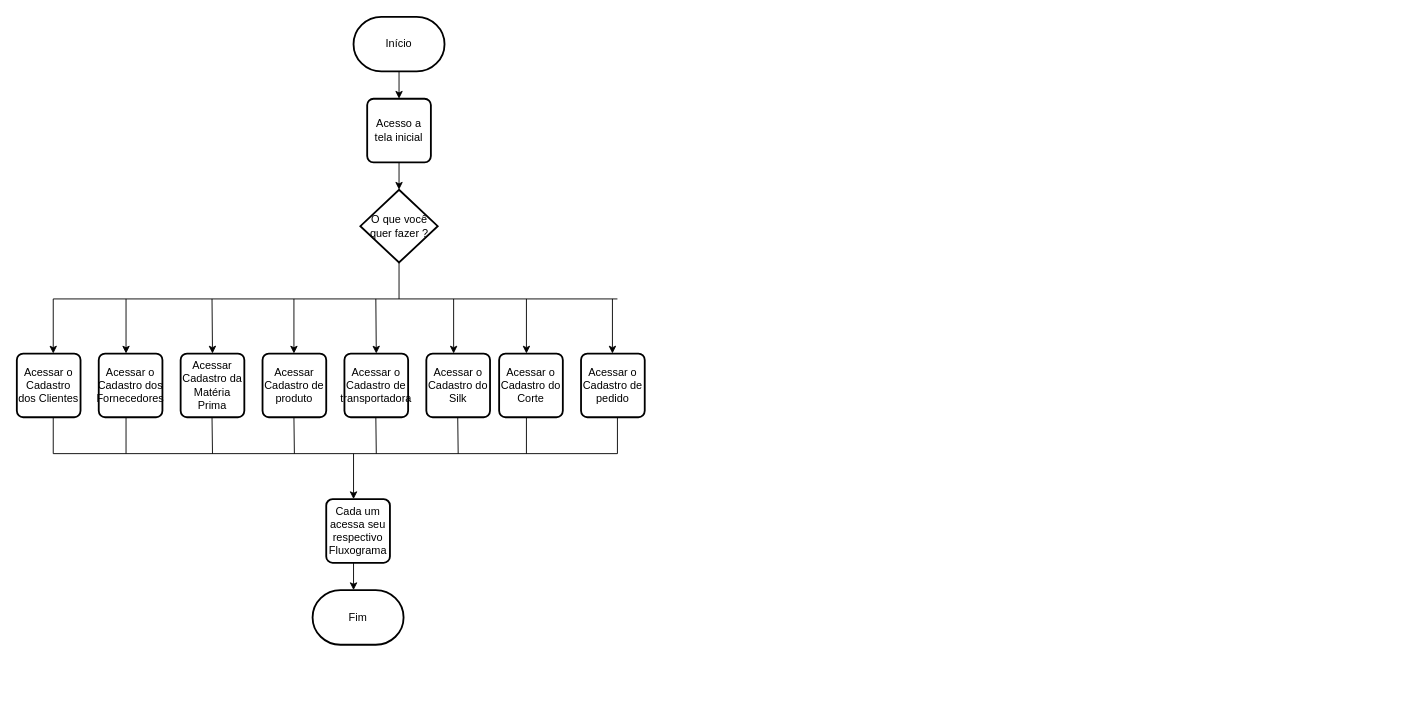
Before: page "Tela-Inicial" (1 of 10) of DOC/Fluxograma.drawio in GuilhermeIgarashi7/avatar-Fluxograma, a draw.io diagram. Source tidied: cells renumbered, new cells numbered last; positions are measured from the earlier drawing's top-left corner, leaving out a move shared by most shapes. Both pictures are drawn from the tidied source at 91%, with x=0, y=0 at pixel (16, 16).
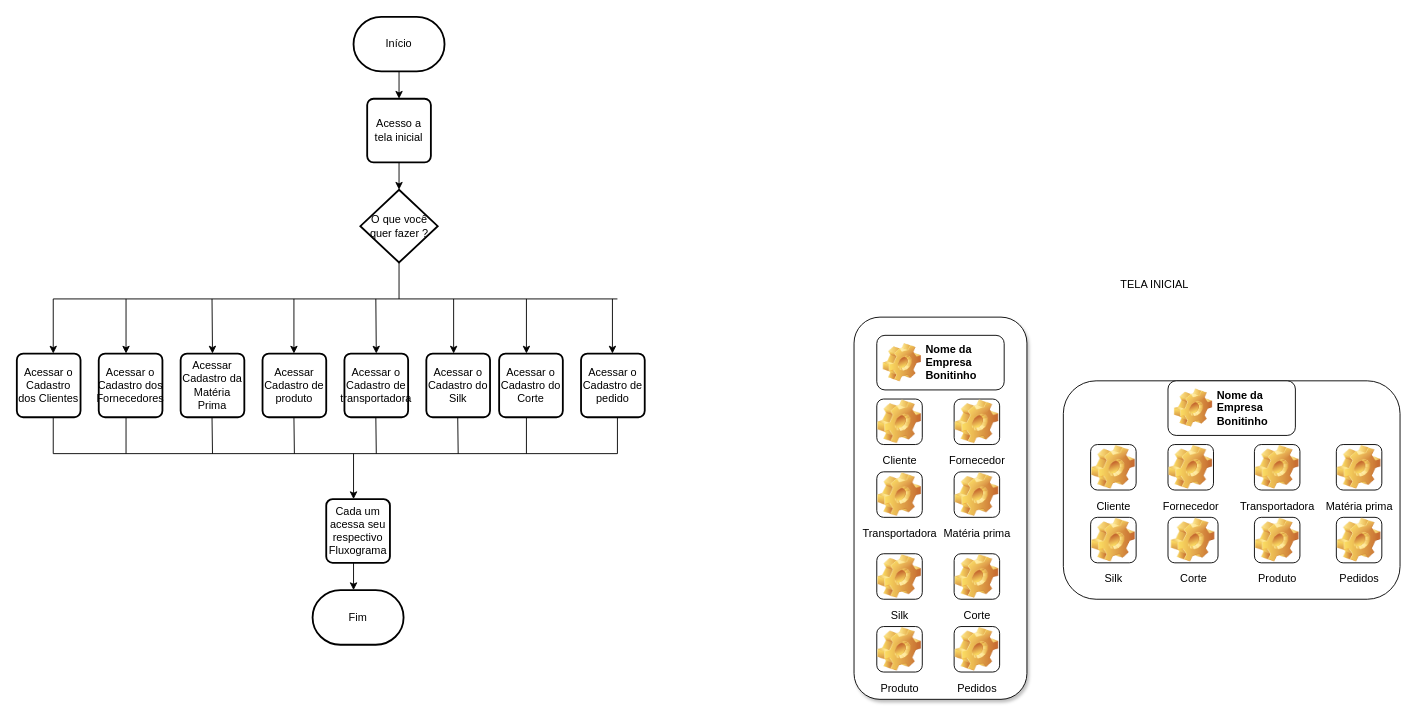
The same page after the edit.

What changed in the source:
```diff
@@
+    <mxCell id="38" style="rounded=1;whiteSpace=wrap;html=1;strokeColor=#000000;shadow=1;glass=0;" parent="1" vertex="1">
+      <mxGeometry x="920" y="330" width="190" height="420" as="geometry" />
+    </mxCell>
+    <mxCell id="39" value="Nome da Empresa Bonitinho" style="label;whiteSpace=wrap;html=1;image=img/clipart/Gear_128x128.png;" parent="1" vertex="1">
+      <mxGeometry x="945" y="350" width="140" height="60" as="geometry" />
+    </mxCell>
+    <mxCell id="40" value="Cliente" style="icon;html=1;image=img/clipart/Gear_128x128.png;" parent="1" vertex="1">
+      <mxGeometry x="945" y="420" width="50" height="50" as="geometry" />
+    </mxCell>
+    <mxCell id="41" value="Fornecedor" style="icon;html=1;image=img/clipart/Gear_128x128.png;" parent="1" vertex="1">
+      <mxGeometry x="1030" y="420" width="50" height="50" as="geometry" />
+    </mxCell>
+    <mxCell id="42" value="Transportadora" style="icon;html=1;image=img/clipart/Gear_128x128.png;" parent="1" vertex="1">
+      <mxGeometry x="945" y="500" width="50" height="50" as="geometry" />
+    </mxCell>
+    <mxCell id="43" value="Matéria prima" style="icon;html=1;image=img/clipart/Gear_128x128.png;" parent="1" vertex="1">
+      <mxGeometry x="1030" y="500" width="50" height="50" as="geometry" />
+    </mxCell>
+    <mxCell id="44" value="Corte" style="icon;html=1;image=img/clipart/Gear_128x128.png;" parent="1" vertex="1">
+      <mxGeometry x="1030" y="590" width="50" height="50" as="geometry" />
+    </mxCell>
+    <mxCell id="45" value="Silk" style="icon;html=1;image=img/clipart/Gear_128x128.png;" parent="1" vertex="1">
+      <mxGeometry x="945" y="590" width="50" height="50" as="geometry" />
+    </mxCell>
+    <mxCell id="46" value="Produto" style="icon;html=1;image=img/clipart/Gear_128x128.png;" parent="1" vertex="1">
+      <mxGeometry x="945" y="670" width="50" height="50" as="geometry" />
+    </mxCell>
+    <mxCell id="47" value="Pedidos" style="icon;html=1;image=img/clipart/Gear_128x128.png;" parent="1" vertex="1">
+      <mxGeometry x="1030" y="670" width="50" height="50" as="geometry" />
+    </mxCell>
+    <mxCell id="48" style="rounded=1;whiteSpace=wrap;html=1;" parent="1" vertex="1">
+      <mxGeometry x="1150" y="400" width="370" height="240" as="geometry" />
+    </mxCell>
+    <mxCell id="49" value="Nome da Empresa Bonitinho" style="label;whiteSpace=wrap;html=1;image=img/clipart/Gear_128x128.png;" parent="1" vertex="1">
+      <mxGeometry x="1265" y="400" width="140" height="60" as="geometry" />
+    </mxCell>
+    <mxCell id="50" value="Cliente" style="icon;html=1;image=img/clipart/Gear_128x128.png;" parent="1" vertex="1">
+      <mxGeometry x="1180" y="470" width="50" height="50" as="geometry" />
+    </mxCell>
+    <mxCell id="51" value="Fornecedor" style="icon;html=1;image=img/clipart/Gear_128x128.png;" parent="1" vertex="1">
+      <mxGeometry x="1265" y="470" width="50" height="50" as="geometry" />
+    </mxCell>
+    <mxCell id="52" value="Transportadora" style="icon;html=1;image=img/clipart/Gear_128x128.png;" parent="1" vertex="1">
+      <mxGeometry x="1360" y="470" width="50" height="50" as="geometry" />
+    </mxCell>
+    <mxCell id="53" value="Matéria prima" style="icon;html=1;image=img/clipart/Gear_128x128.png;" parent="1" vertex="1">
+      <mxGeometry x="1450" y="470" width="50" height="50" as="geometry" />
+    </mxCell>
+    <mxCell id="54" value="Silk" style="icon;html=1;image=img/clipart/Gear_128x128.png;" parent="1" vertex="1">
+      <mxGeometry x="1180" y="550" width="50" height="50" as="geometry" />
+    </mxCell>
+    <mxCell id="55" value="Corte" style="icon;html=1;image=img/clipart/Gear_128x128.png;" parent="1" vertex="1">
+      <mxGeometry x="1265" y="550" width="55" height="50" as="geometry" />
+    </mxCell>
+    <mxCell id="56" value="Produto" style="icon;html=1;image=img/clipart/Gear_128x128.png;" parent="1" vertex="1">
+      <mxGeometry x="1360" y="550" width="50" height="50" as="geometry" />
+    </mxCell>
+    <mxCell id="57" value="Pedidos" style="icon;html=1;image=img/clipart/Gear_128x128.png;" parent="1" vertex="1">
+      <mxGeometry x="1450" y="550" width="50" height="50" as="geometry" />
+    </mxCell>
+    <mxCell id="58" value="TELA INICIAL" style="text;html=1;align=center;verticalAlign=middle;strokeColor=none;fillColor=none;" parent="1" vertex="1">
+      <mxGeometry x="1200" y="280" width="100" height="30" as="geometry" />
+    </mxCell>
```
